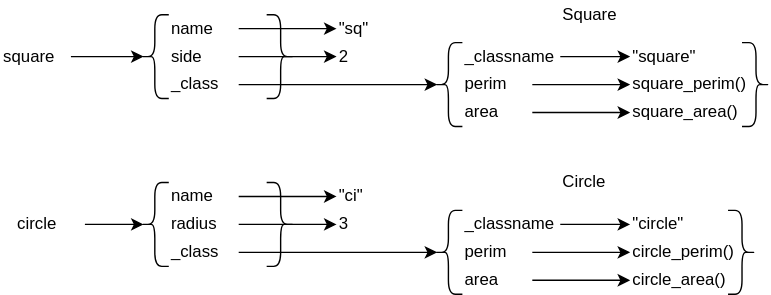
The draw.io diagram src/oop/shapes_class.svg in gvwilson/sdxpy, before a commit. Source tidied: cells renumbered, new cells last; positions are measured from the earlier drawing's top-left corner, leaving out a move shared by most shapes.
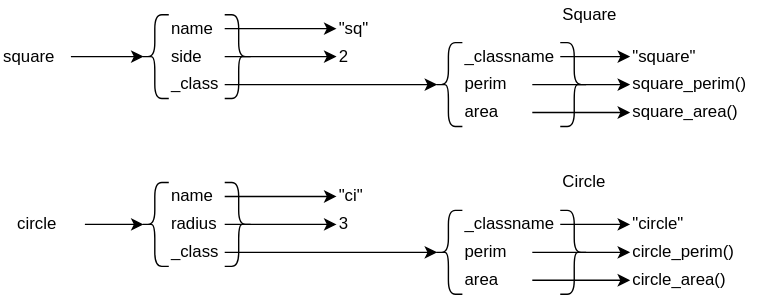
After the commit.

Diff of the diagram source:
```diff
@@ -3,10 +3,10 @@
     <mxCell id="0" />
     <mxCell id="1" parent="0" />
     <mxCell id="2" value="name" style="text;html=1;strokeColor=none;fillColor=none;align=left;verticalAlign=middle;whiteSpace=wrap;rounded=0;" parent="1" vertex="1">
-      <mxGeometry x="120" y="10" width="50" height="20" as="geometry" />
+      <mxGeometry x="120" y="10" width="40" height="20" as="geometry" />
     </mxCell>
     <mxCell id="3" value="side" style="text;html=1;strokeColor=none;fillColor=none;align=left;verticalAlign=middle;whiteSpace=wrap;rounded=0;" parent="1" vertex="1">
-      <mxGeometry x="120" y="30" width="50" height="20" as="geometry" />
+      <mxGeometry x="120" y="30" width="40" height="20" as="geometry" />
     </mxCell>
     <mxCell id="4" value="perim" style="text;html=1;strokeColor=none;fillColor=none;align=left;verticalAlign=middle;whiteSpace=wrap;rounded=0;" parent="1" vertex="1">
       <mxGeometry x="330" y="50" width="50" height="20" as="geometry" />
@@ -18,7 +18,7 @@
       <mxGeometry x="100" y="10" width="20" height="60" as="geometry" />
     </mxCell>
     <mxCell id="7" style="shape=curlyBracket;whiteSpace=wrap;html=1;rounded=1;flipH=1;labelPosition=right;verticalLabelPosition=middle;align=left;verticalAlign=middle;fillColor=none;" parent="1" vertex="1">
-      <mxGeometry x="190" y="10" width="20" height="60" as="geometry" />
+      <mxGeometry x="160" y="10" width="20" height="60" as="geometry" />
     </mxCell>
     <mxCell id="8" value="square" style="text;html=1;strokeColor=none;fillColor=none;align=left;verticalAlign=middle;whiteSpace=wrap;rounded=0;" parent="1" vertex="1">
       <mxGeometry y="30" width="50" height="20" as="geometry" />
@@ -51,10 +51,10 @@
       <mxGeometry relative="1" as="geometry" />
     </mxCell>
     <mxCell id="18" value="name" style="text;html=1;strokeColor=none;fillColor=none;align=left;verticalAlign=middle;whiteSpace=wrap;rounded=0;" parent="1" vertex="1">
-      <mxGeometry x="120" y="130" width="50" height="20" as="geometry" />
+      <mxGeometry x="120" y="130" width="40" height="20" as="geometry" />
     </mxCell>
     <mxCell id="19" value="radius" style="text;html=1;strokeColor=none;fillColor=none;align=left;verticalAlign=middle;whiteSpace=wrap;rounded=0;" parent="1" vertex="1">
-      <mxGeometry x="120" y="150" width="50" height="20" as="geometry" />
+      <mxGeometry x="120" y="150" width="40" height="20" as="geometry" />
     </mxCell>
     <mxCell id="20" value="perim" style="text;html=1;strokeColor=none;fillColor=none;align=left;verticalAlign=middle;whiteSpace=wrap;rounded=0;" parent="1" vertex="1">
       <mxGeometry x="330" y="170" width="50" height="20" as="geometry" />
@@ -66,7 +66,7 @@
       <mxGeometry x="100" y="130" width="20" height="60" as="geometry" />
     </mxCell>
     <mxCell id="23" style="shape=curlyBracket;whiteSpace=wrap;html=1;rounded=1;flipH=1;labelPosition=right;verticalLabelPosition=middle;align=left;verticalAlign=middle;fillColor=none;" parent="1" vertex="1">
-      <mxGeometry x="190" y="130" width="20" height="60" as="geometry" />
+      <mxGeometry x="160" y="130" width="20" height="60" as="geometry" />
     </mxCell>
     <mxCell id="24" value="circle" style="text;html=1;strokeColor=none;fillColor=none;align=left;verticalAlign=middle;whiteSpace=wrap;rounded=0;" parent="1" vertex="1">
       <mxGeometry x="10" y="150" width="50" height="20" as="geometry" />
@@ -99,10 +99,10 @@
       <mxGeometry relative="1" as="geometry" />
     </mxCell>
     <mxCell id="34" value="_class" style="text;html=1;strokeColor=none;fillColor=none;align=left;verticalAlign=middle;whiteSpace=wrap;rounded=0;" parent="1" vertex="1">
-      <mxGeometry x="120" y="50" width="50" height="20" as="geometry" />
+      <mxGeometry x="120" y="50" width="40" height="20" as="geometry" />
     </mxCell>
     <mxCell id="35" value="_class" style="text;html=1;strokeColor=none;fillColor=none;align=left;verticalAlign=middle;whiteSpace=wrap;rounded=0;" parent="1" vertex="1">
-      <mxGeometry x="120" y="170" width="50" height="20" as="geometry" />
+      <mxGeometry x="120" y="170" width="40" height="20" as="geometry" />
     </mxCell>
     <mxCell id="36" value="_classname" style="text;html=1;strokeColor=none;fillColor=none;align=left;verticalAlign=middle;whiteSpace=wrap;rounded=0;" parent="1" vertex="1">
       <mxGeometry x="330" y="30" width="70" height="20" as="geometry" />
@@ -110,7 +110,7 @@
     <mxCell id="37" value="&quot;square&quot;" style="text;html=1;strokeColor=none;fillColor=none;align=left;verticalAlign=middle;whiteSpace=wrap;rounded=0;" parent="1" vertex="1">
       <mxGeometry x="450" y="30" width="90" height="20" as="geometry" />
     </mxCell>
-    <mxCell id="38" style="endArrow=classic;html=1;rounded=0;entryX=0;entryY=0.5;entryDx=0;entryDy=0;exitX=1;exitY=0.5;exitDx=0;exitDy=0;" parent="1" edge="1" source="36" target="37">
+    <mxCell id="38" style="endArrow=classic;html=1;rounded=0;entryX=0;entryY=0.5;entryDx=0;entryDy=0;exitX=1;exitY=0.5;exitDx=0;exitDy=0;startArrow=none;" parent="1" edge="1" source="36" target="37">
       <mxGeometry relative="1" as="geometry" />
     </mxCell>
     <mxCell id="39" value="_classname" style="text;html=1;strokeColor=none;fillColor=none;align=left;verticalAlign=middle;whiteSpace=wrap;rounded=0;" parent="1" vertex="1">
@@ -119,7 +119,7 @@
     <mxCell id="40" value="&quot;circle&quot;" style="text;html=1;strokeColor=none;fillColor=none;align=left;verticalAlign=middle;whiteSpace=wrap;rounded=0;" parent="1" vertex="1">
       <mxGeometry x="450" y="150" width="90" height="20" as="geometry" />
     </mxCell>
-    <mxCell id="41" style="endArrow=classic;html=1;rounded=0;entryX=0;entryY=0.5;entryDx=0;entryDy=0;exitX=1;exitY=0.5;exitDx=0;exitDy=0;" parent="1" edge="1" source="39" target="40">
+    <mxCell id="41" style="endArrow=classic;html=1;rounded=0;entryX=0;entryY=0.5;entryDx=0;entryDy=0;exitX=1;exitY=0.5;exitDx=0;exitDy=0;startArrow=none;" parent="1" edge="1" source="39" target="40">
       <mxGeometry relative="1" as="geometry" />
     </mxCell>
     <mxCell id="42" style="shape=curlyBracket;whiteSpace=wrap;html=1;rounded=1;labelPosition=left;verticalLabelPosition=middle;align=right;verticalAlign=middle;fillColor=none;" parent="1" vertex="1">
@@ -128,12 +128,6 @@
     <mxCell id="43" style="shape=curlyBracket;whiteSpace=wrap;html=1;rounded=1;labelPosition=left;verticalLabelPosition=middle;align=right;verticalAlign=middle;fillColor=none;" parent="1" vertex="1">
       <mxGeometry x="310" y="150" width="20" height="60" as="geometry" />
     </mxCell>
-    <mxCell id="44" style="shape=curlyBracket;whiteSpace=wrap;html=1;rounded=1;flipH=1;labelPosition=right;verticalLabelPosition=middle;align=left;verticalAlign=middle;fillColor=none;" parent="1" vertex="1">
-      <mxGeometry x="530" y="30" width="20" height="60" as="geometry" />
-    </mxCell>
-    <mxCell id="45" style="shape=curlyBracket;whiteSpace=wrap;html=1;rounded=1;flipH=1;labelPosition=right;verticalLabelPosition=middle;align=left;verticalAlign=middle;fillColor=none;" parent="1" vertex="1">
-      <mxGeometry x="520" y="150" width="20" height="60" as="geometry" />
-    </mxCell>
     <mxCell id="46" style="endArrow=classic;html=1;rounded=0;exitX=1;exitY=0.5;exitDx=0;exitDy=0;entryX=0.1;entryY=0.5;entryDx=0;entryDy=0;entryPerimeter=0;" parent="1" edge="1" source="34" target="42">
       <mxGeometry relative="1" as="geometry" />
     </mxCell>
@@ -146,5 +140,11 @@
     <mxCell id="49" value="Circle" style="text;html=1;strokeColor=none;fillColor=none;align=left;verticalAlign=middle;whiteSpace=wrap;rounded=0;" parent="1" vertex="1">
       <mxGeometry x="400" y="120" width="50" height="20" as="geometry" />
     </mxCell>
+    <mxCell id="45" style="shape=curlyBracket;whiteSpace=wrap;html=1;rounded=1;flipH=1;labelPosition=right;verticalLabelPosition=middle;align=left;verticalAlign=middle;fillColor=none;" parent="1" vertex="1">
+      <mxGeometry x="400" y="150" width="20" height="60" as="geometry" />
+    </mxCell>
+    <mxCell id="50" style="shape=curlyBracket;whiteSpace=wrap;html=1;rounded=1;flipH=1;labelPosition=right;verticalLabelPosition=middle;align=left;verticalAlign=middle;fillColor=none;" parent="1" vertex="1">
+      <mxGeometry x="400" y="30" width="20" height="60" as="geometry" />
+    </mxCell>
   </root>
 </mxGraphModel>
```
